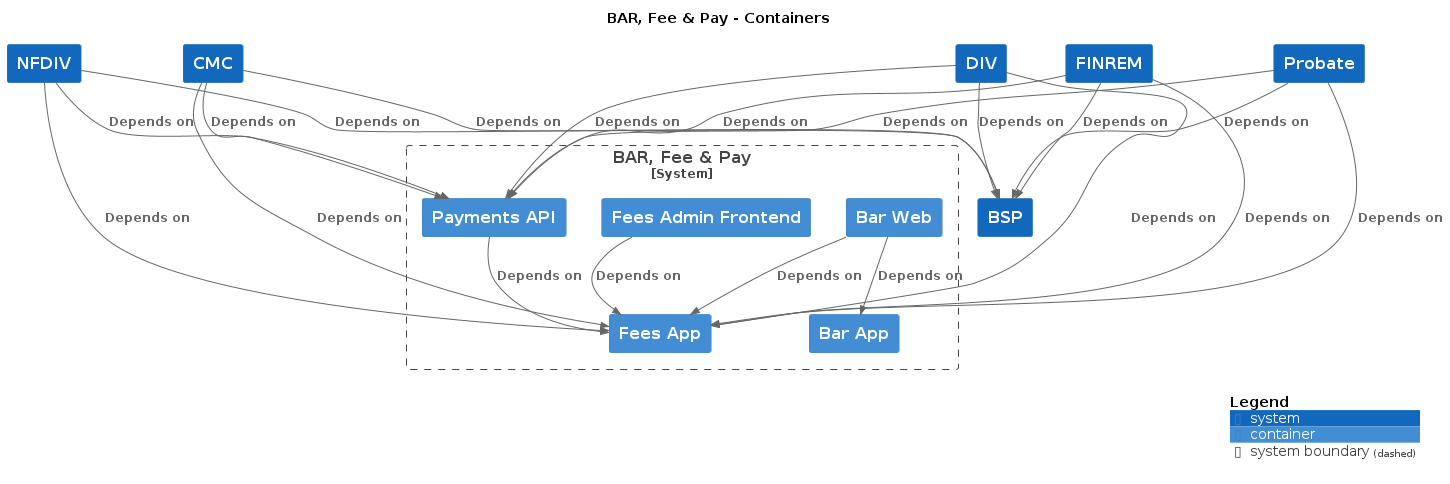
Above: docs/c4/bar_fee__pay/images/structurizr-bar_fee__pay-overview.png in hmcts/cnp-api-docs (PlantUML), before the change.
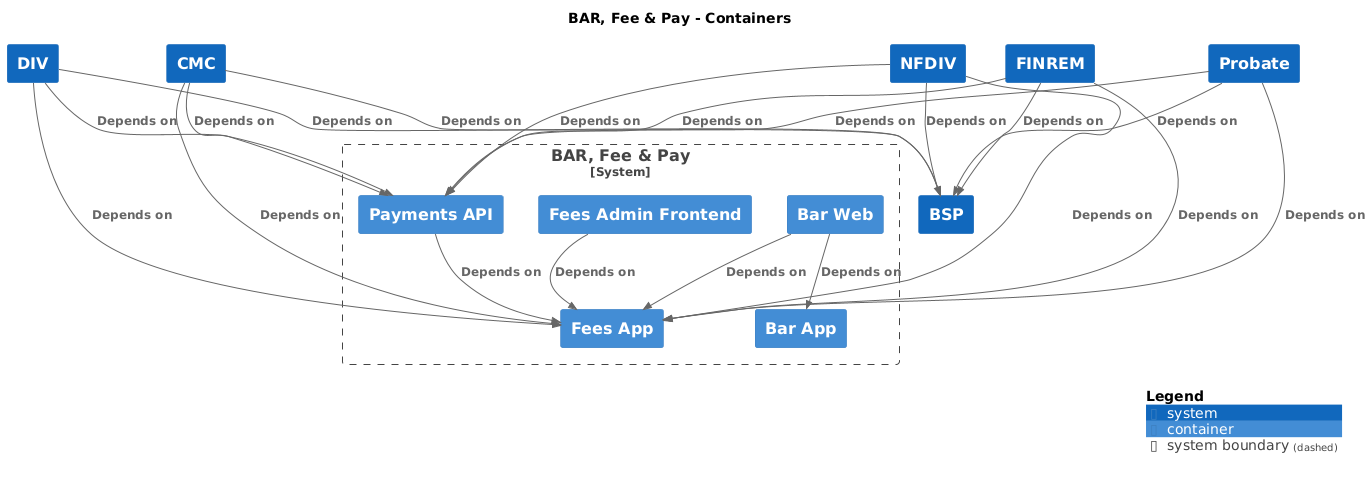
The same diagram one commit later.

Change to the diagram source:
```diff
@@ -10,10 +10,10 @@
 
 System(BSP, "BSP", $descr="", $tags="", $link="")
 System(CMC, "CMC", $descr="", $tags="", $link="")
-System(NFDIV, "NFDIV", $descr="", $tags="", $link="")
+System(DIV, "DIV", $descr="", $tags="", $link="")
 System(FINREM, "FINREM", $descr="", $tags="", $link="")
 System(Probate, "Probate", $descr="", $tags="", $link="")
-System(DIV, "DIV", $descr="", $tags="", $link="")
+System(NFDIV, "NFDIV", $descr="", $tags="", $link="")
 
 System_Boundary("BARFeePay_boundary", "BAR, Fee & Pay", $tags="") {
   Container(BARFeePay.BarWeb, "Bar Web", $techn="", $descr="", $tags="", $link="")
@@ -23,25 +23,25 @@
   Container(BARFeePay.PaymentsAPI, "Payments API", $techn="", $descr="", $tags="", $link="")
 }
 
-Rel_D(BARFeePay.BarWeb, BARFeePay.BarApp, "Depends on", $techn="", $tags="", $link="")
-Rel_D(BARFeePay.BarWeb, BARFeePay.FeesApp, "Depends on", $techn="", $tags="", $link="")
-Rel_D(BARFeePay.FeesAdminFrontend, BARFeePay.FeesApp, "Depends on", $techn="", $tags="", $link="")
-Rel_D(BARFeePay.PaymentsAPI, BARFeePay.FeesApp, "Depends on", $techn="", $tags="", $link="")
-Rel_D(CMC, BARFeePay.PaymentsAPI, "Depends on", $techn="", $tags="", $link="")
-Rel_D(CMC, BARFeePay.FeesApp, "Depends on", $techn="", $tags="", $link="")
-Rel_D(CMC, BSP, "Depends on", $techn="", $tags="", $link="")
-Rel_D(DIV, BARFeePay.FeesApp, "Depends on", $techn="", $tags="", $link="")
-Rel_D(DIV, BARFeePay.PaymentsAPI, "Depends on", $techn="", $tags="", $link="")
-Rel_D(DIV, BSP, "Depends on", $techn="", $tags="", $link="")
-Rel_D(FINREM, BARFeePay.FeesApp, "Depends on", $techn="", $tags="", $link="")
-Rel_D(FINREM, BARFeePay.PaymentsAPI, "Depends on", $techn="", $tags="", $link="")
-Rel_D(FINREM, BSP, "Depends on", $techn="", $tags="", $link="")
-Rel_D(Probate, BARFeePay.FeesApp, "Depends on", $techn="", $tags="", $link="")
-Rel_D(Probate, BARFeePay.PaymentsAPI, "Depends on", $techn="", $tags="", $link="")
-Rel_D(Probate, BSP, "Depends on", $techn="", $tags="", $link="")
-Rel_D(NFDIV, BARFeePay.FeesApp, "Depends on", $techn="", $tags="", $link="")
-Rel_D(NFDIV, BARFeePay.PaymentsAPI, "Depends on", $techn="", $tags="", $link="")
-Rel_D(NFDIV, BSP, "Depends on", $techn="", $tags="", $link="")
+Rel(BARFeePay.BarWeb, BARFeePay.BarApp, "Depends on", $techn="", $tags="", $link="")
+Rel(BARFeePay.BarWeb, BARFeePay.FeesApp, "Depends on", $techn="", $tags="", $link="")
+Rel(BARFeePay.FeesAdminFrontend, BARFeePay.FeesApp, "Depends on", $techn="", $tags="", $link="")
+Rel(BARFeePay.PaymentsAPI, BARFeePay.FeesApp, "Depends on", $techn="", $tags="", $link="")
+Rel(CMC, BARFeePay.PaymentsAPI, "Depends on", $techn="", $tags="", $link="")
+Rel(CMC, BARFeePay.FeesApp, "Depends on", $techn="", $tags="", $link="")
+Rel(CMC, BSP, "Depends on", $techn="", $tags="", $link="")
+Rel(DIV, BARFeePay.FeesApp, "Depends on", $techn="", $tags="", $link="")
+Rel(DIV, BARFeePay.PaymentsAPI, "Depends on", $techn="", $tags="", $link="")
+Rel(DIV, BSP, "Depends on", $techn="", $tags="", $link="")
+Rel(FINREM, BARFeePay.FeesApp, "Depends on", $techn="", $tags="", $link="")
+Rel(FINREM, BARFeePay.PaymentsAPI, "Depends on", $techn="", $tags="", $link="")
+Rel(FINREM, BSP, "Depends on", $techn="", $tags="", $link="")
+Rel(Probate, BARFeePay.FeesApp, "Depends on", $techn="", $tags="", $link="")
+Rel(Probate, BARFeePay.PaymentsAPI, "Depends on", $techn="", $tags="", $link="")
+Rel(Probate, BSP, "Depends on", $techn="", $tags="", $link="")
+Rel(NFDIV, BARFeePay.FeesApp, "Depends on", $techn="", $tags="", $link="")
+Rel(NFDIV, BARFeePay.PaymentsAPI, "Depends on", $techn="", $tags="", $link="")
+Rel(NFDIV, BSP, "Depends on", $techn="", $tags="", $link="")
 
 SHOW_DYNAMIC_LEGEND()
 @enduml
```
